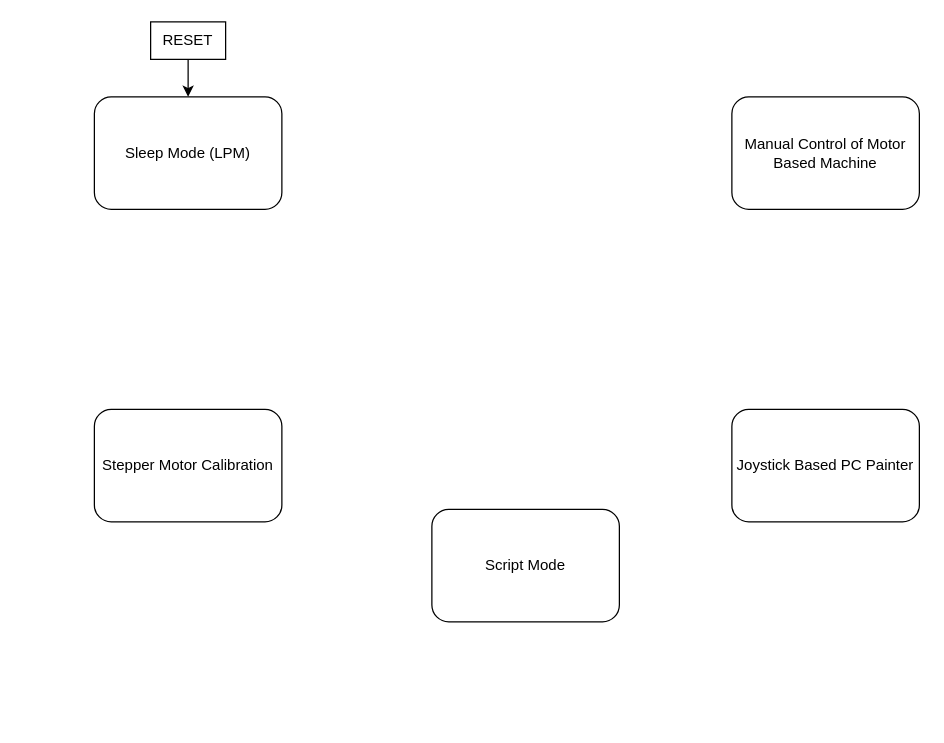
The draw.io diagram Final Project/FinalProjectFSM_MCU.drawio in ItamarMeir/Digital-Computer-Structure-Labs, before the edit. Source tidied: cells renumbered, new cells numbered last; positions are measured from the earlier drawing's top-left corner, leaving out a move shared by most shapes. Both pictures are drawn from the tidied source at 125%, with x=0, y=0 at pixel (94, 21).
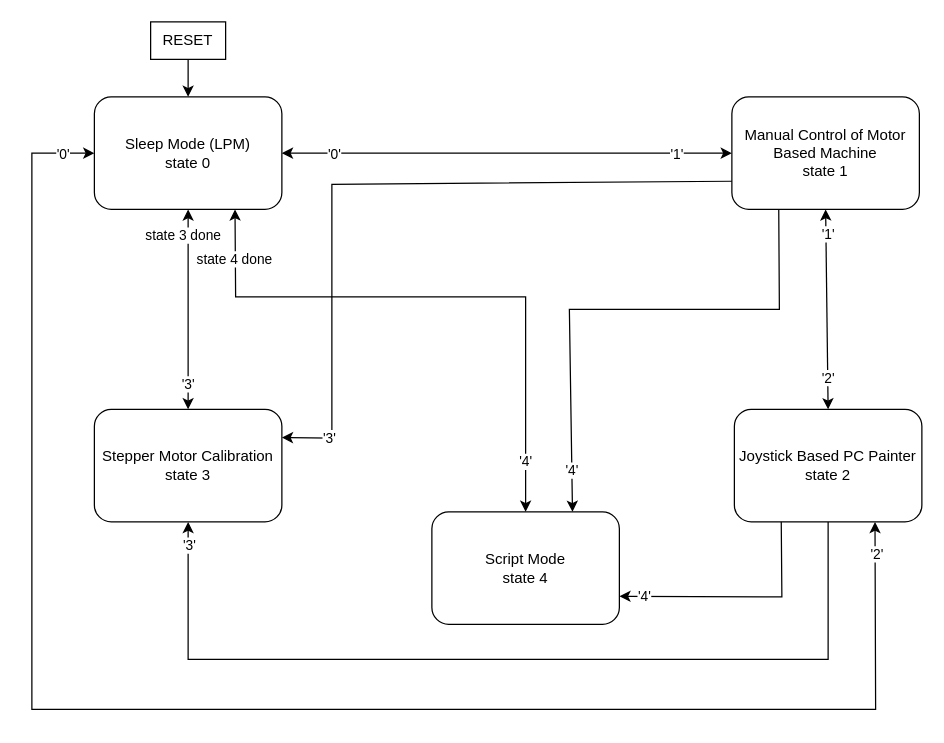
Above is the later version.

The edit, as a diff of the source:
```diff
@@
-    <mxCell id="2" value="Sleep Mode (LPM)" style="rounded=1;whiteSpace=wrap;html=1;" parent="1" vertex="1">
+    <mxCell id="2" value="Sleep Mode (LPM)&lt;div&gt;state 0&lt;/div&gt;" style="rounded=1;whiteSpace=wrap;html=1;" parent="1" vertex="1">
       <mxGeometry y="60" width="150" height="90" as="geometry" />
     </mxCell>
@@
-    <mxCell id="5" value="Manual Control of Motor Based Machine" style="rounded=1;whiteSpace=wrap;html=1;" parent="1" vertex="1">
+    <mxCell id="5" value="Manual Control of Motor Based Machine&lt;div&gt;state 1&lt;/div&gt;" style="rounded=1;whiteSpace=wrap;html=1;" parent="1" vertex="1">
       <mxGeometry x="510" y="60" width="150" height="90" as="geometry" />
     </mxCell>
+    <mxCell id="9" style="edgeStyle=orthogonalEdgeStyle;rounded=0;jettySize=auto;html=1;entryX=0.5;entryY=1;entryDx=0;entryDy=0;exitX=0.5;exitY=1;exitDx=0;exitDy=0;" parent="1" edge="1" source="6" target="7">
+      <mxGeometry relative="1" as="geometry">
+        <Array as="points">
+          <mxPoint x="587" y="510" />
+          <mxPoint x="75" y="510" />
+        </Array>
+      </mxGeometry>
+    </mxCell>
+    <mxCell id="10" value="'3'" style="edgeLabel;html=1;align=center;verticalAlign=middle;" parent="9" vertex="1">
+      <mxGeometry x="0.95" relative="1" as="geometry" />
+    </mxCell>
-    <mxCell id="6" value="Joystick Based PC Painter" style="rounded=1;whiteSpace=wrap;html=1;" parent="1" vertex="1">
-      <mxGeometry x="510" y="310" width="150" height="90" as="geometry" />
+    <mxCell id="6" value="Joystick Based PC Painter&lt;div&gt;state 2&lt;/div&gt;" style="rounded=1;whiteSpace=wrap;html=1;" parent="1" vertex="1">
+      <mxGeometry x="512" y="310" width="150" height="90" as="geometry" />
     </mxCell>
-    <mxCell id="7" value="Stepper Motor Calibration" style="rounded=1;whiteSpace=wrap;html=1;" parent="1" vertex="1">
+    <mxCell id="7" value="Stepper Motor Calibration&lt;div&gt;state 3&lt;/div&gt;" style="rounded=1;whiteSpace=wrap;html=1;" parent="1" vertex="1">
       <mxGeometry y="310" width="150" height="90" as="geometry" />
     </mxCell>
-    <mxCell id="8" value="Script Mode" style="rounded=1;whiteSpace=wrap;html=1;" parent="1" vertex="1">
-      <mxGeometry x="270" y="390" width="150" height="90" as="geometry" />
+    <mxCell id="8" value="Script Mode&lt;div&gt;state 4&lt;/div&gt;" style="rounded=1;whiteSpace=wrap;html=1;" parent="1" vertex="1">
+      <mxGeometry x="270" y="392" width="150" height="90" as="geometry" />
     </mxCell>
+    <mxCell id="11" style="endArrow=classic;startArrow=classic;html=1;rounded=0;entryX=0;entryY=0.5;entryDx=0;entryDy=0;exitX=1;exitY=0.5;exitDx=0;exitDy=0;" parent="1" edge="1" source="2" target="5">
+      <mxGeometry relative="1" as="geometry" />
+    </mxCell>
+    <mxCell id="12" value="'1'" style="edgeLabel;html=1;align=center;verticalAlign=middle;" parent="11" vertex="1">
+      <mxGeometry x="0.74" y="-5" relative="1" as="geometry">
+        <mxPoint x="2" y="-5" as="offset" />
+      </mxGeometry>
+    </mxCell>
+    <mxCell id="13" value="'0'" style="edgeLabel;html=1;align=center;verticalAlign=middle;" parent="11" vertex="1">
+      <mxGeometry x="-0.77" y="-2" relative="1" as="geometry">
+        <mxPoint y="-2" as="offset" />
+      </mxGeometry>
+    </mxCell>
+    <mxCell id="14" style="endArrow=classic;startArrow=classic;html=1;rounded=0;entryX=0.5;entryY=1;entryDx=0;entryDy=0;exitX=0.5;exitY=0;exitDx=0;exitDy=0;" parent="1" edge="1" source="7" target="2">
+      <mxGeometry relative="1" as="geometry" />
+    </mxCell>
+    <mxCell id="15" value="'3'" style="edgeLabel;html=1;align=center;verticalAlign=middle;" parent="14" vertex="1">
+      <mxGeometry x="-0.76" y="-1" relative="1" as="geometry">
+        <mxPoint x="-2" y="-2" as="offset" />
+      </mxGeometry>
+    </mxCell>
+    <mxCell id="16" value="state 3 done" style="edgeLabel;html=1;align=center;verticalAlign=middle;" parent="14" vertex="1">
+      <mxGeometry x="0.7" y="-1" relative="1" as="geometry">
+        <mxPoint x="-6" y="-4" as="offset" />
+      </mxGeometry>
+    </mxCell>
+    <mxCell id="17" style="endArrow=classic;startArrow=classic;html=1;rounded=0;entryX=0.5;entryY=0;entryDx=0;entryDy=0;exitX=0.75;exitY=1;exitDx=0;exitDy=0;" parent="1" edge="1" source="2" target="8">
+      <mxGeometry relative="1" as="geometry">
+        <Array as="points">
+          <mxPoint x="113" y="220" />
+          <mxPoint x="345" y="220" />
+        </Array>
+      </mxGeometry>
+    </mxCell>
+    <mxCell id="18" value="'4'" style="edgeLabel;html=1;align=center;verticalAlign=middle;" parent="17" vertex="1">
+      <mxGeometry x="0.83" y="-1" relative="1" as="geometry" />
+    </mxCell>
+    <mxCell id="19" value="state 4 done" style="edgeLabel;html=1;align=center;verticalAlign=middle;" parent="17" vertex="1">
+      <mxGeometry x="-0.84" y="1" relative="1" as="geometry">
+        <mxPoint x="-2" y="2" as="offset" />
+      </mxGeometry>
+    </mxCell>
+    <mxCell id="20" style="endArrow=classic;startArrow=classic;html=1;rounded=0;exitX=0;exitY=0.5;exitDx=0;exitDy=0;entryX=0.75;entryY=1;entryDx=0;entryDy=0;" parent="1" edge="1" source="2" target="6">
+      <mxGeometry relative="1" as="geometry">
+        <Array as="points">
+          <mxPoint x="-50" y="105" />
+          <mxPoint x="-50" y="550" />
+          <mxPoint x="625" y="550" />
+        </Array>
+      </mxGeometry>
+    </mxCell>
+    <mxCell id="21" value="'0'" style="edgeLabel;html=1;align=center;verticalAlign=middle;" parent="20" vertex="1">
+      <mxGeometry x="-0.96" y="1" relative="1" as="geometry">
+        <mxPoint y="-1" as="offset" />
+      </mxGeometry>
+    </mxCell>
+    <mxCell id="22" value="'2'" style="edgeLabel;html=1;align=center;verticalAlign=middle;" parent="20" vertex="1">
+      <mxGeometry x="0.96" y="-1" relative="1" as="geometry" />
+    </mxCell>
+    <mxCell id="23" style="endArrow=classic;startArrow=classic;html=1;rounded=0;exitX=0.5;exitY=0;exitDx=0;exitDy=0;entryX=0.5;entryY=1;entryDx=0;entryDy=0;" parent="1" edge="1" source="6" target="5">
+      <mxGeometry relative="1" as="geometry" />
+    </mxCell>
+    <mxCell id="24" value="'1'" style="edgeLabel;html=1;align=center;verticalAlign=middle;" parent="23" vertex="1">
+      <mxGeometry x="0.75" y="-1" relative="1" as="geometry" />
+    </mxCell>
+    <mxCell id="25" value="'2'" style="edgeLabel;html=1;align=center;verticalAlign=middle;" parent="23" vertex="1">
+      <mxGeometry x="-0.68" relative="1" as="geometry" />
+    </mxCell>
+    <mxCell id="26" style="endArrow=classic;html=1;rounded=0;exitX=0.25;exitY=1;exitDx=0;exitDy=0;entryX=1;entryY=0.75;entryDx=0;entryDy=0;" parent="1" edge="1" source="6" target="8">
+      <mxGeometry relative="1" as="geometry">
+        <Array as="points">
+          <mxPoint x="550" y="460" />
+        </Array>
+      </mxGeometry>
+    </mxCell>
+    <mxCell id="27" value="'4'" style="edgeLabel;html=1;align=center;verticalAlign=middle;" parent="26" vertex="1">
+      <mxGeometry x="0.8" relative="1" as="geometry" />
+    </mxCell>
+    <mxCell id="28" style="endArrow=classic;html=1;rounded=0;entryX=0.75;entryY=0;entryDx=0;entryDy=0;exitX=0.25;exitY=1;exitDx=0;exitDy=0;" parent="1" edge="1" source="5" target="8">
+      <mxGeometry relative="1" as="geometry">
+        <Array as="points">
+          <mxPoint x="548" y="230" />
+          <mxPoint x="380" y="230" />
+        </Array>
+      </mxGeometry>
+    </mxCell>
+    <mxCell id="29" value="'4'" style="edgeLabel;html=1;align=center;verticalAlign=middle;" parent="28" vertex="1">
+      <mxGeometry x="0.84" relative="1" as="geometry" />
+    </mxCell>
+    <mxCell id="30" style="endArrow=classic;html=1;rounded=0;exitX=0;exitY=0.75;exitDx=0;exitDy=0;entryX=1;entryY=0.25;entryDx=0;entryDy=0;" parent="1" edge="1" source="5" target="7">
+      <mxGeometry relative="1" as="geometry">
+        <Array as="points">
+          <mxPoint x="190" y="130" />
+          <mxPoint x="190" y="333" />
+        </Array>
+      </mxGeometry>
+    </mxCell>
+    <mxCell id="31" value="'3'" style="edgeLabel;html=1;align=center;verticalAlign=middle;" parent="30" vertex="1">
+      <mxGeometry x="0.87" relative="1" as="geometry" />
+    </mxCell>
```
